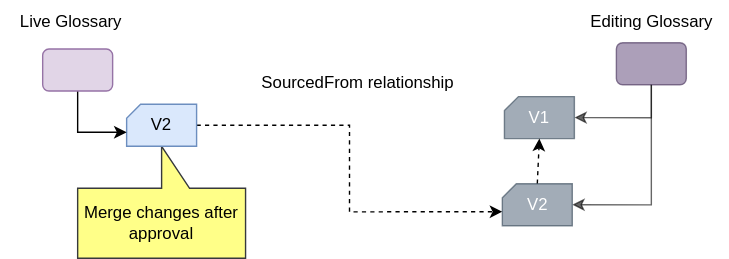
This is site/docs/services/omvs/glossary-workflow/rolling-editing-glossary-5.svg from odpi/egeria-docs, a draw.io export, as it was before one commit. Source tidied: cells renumbered, new cells last; positions are measured from the earlier drawing's top-left corner, leaving out a move shared by most shapes. Source of this version:
```xml
<mxGraphModel>
  <root>
    <mxCell id="0" />
    <mxCell id="1" parent="0" />
    <mxCell id="2" value="Merge changes after approval" style="shape=callout;whiteSpace=wrap;html=1;perimeter=calloutPerimeter;fillColor=#ffff88;strokeColor=#36393d;flipV=1;" parent="1" vertex="1">
      <mxGeometry x="55" y="104" width="120" height="80" as="geometry" />
    </mxCell>
    <mxCell id="3" style="edgeStyle=orthogonalEdgeStyle;rounded=0;jettySize=auto;html=1;exitX=0.5;exitY=1;exitDx=0;exitDy=0;entryX=1;entryY=0.5;entryDx=0;entryDy=0;entryPerimeter=0;opacity=60;" parent="1" edge="1" source="4" target="6">
      <mxGeometry relative="1" as="geometry" />
    </mxCell>
    <mxCell id="4" style="rounded=1;whiteSpace=wrap;html=1;fillColor=#76608a;fontColor=#ffffff;strokeColor=#432D57;opacity=60;" parent="1" vertex="1">
      <mxGeometry x="440" y="30" width="50" height="30" as="geometry" />
    </mxCell>
    <mxCell id="5" style="edgeStyle=orthogonalEdgeStyle;rounded=0;jettySize=auto;html=1;dashed=1;entryX=0;entryY=0;entryDx=0;entryDy=20;entryPerimeter=0;exitX=1;exitY=0.5;exitDx=0;exitDy=0;exitPerimeter=0;" parent="1" edge="1" source="7" target="15">
      <mxGeometry relative="1" as="geometry" />
    </mxCell>
    <mxCell id="6" value="V1" style="shape=card;whiteSpace=wrap;html=1;size=10;fillColor=#647687;strokeColor=#314354;fontColor=#ffffff;opacity=60;" parent="1" vertex="1">
      <mxGeometry x="360" y="68.5" width="50" height="30" as="geometry" />
    </mxCell>
    <mxCell id="7" value="V2" style="shape=card;whiteSpace=wrap;html=1;size=10;fillColor=#dae8fc;strokeColor=#6c8ebf;" parent="1" vertex="1">
      <mxGeometry x="90" y="74" width="50" height="30" as="geometry" />
    </mxCell>
    <mxCell id="8" style="edgeStyle=orthogonalEdgeStyle;rounded=0;jettySize=auto;html=1;exitX=0.5;exitY=1;exitDx=0;exitDy=0;entryX=0;entryY=0;entryDx=0;entryDy=20;entryPerimeter=0;" parent="1" edge="1" source="9" target="7">
      <mxGeometry relative="1" as="geometry" />
    </mxCell>
    <mxCell id="9" style="rounded=1;whiteSpace=wrap;html=1;fillColor=#e1d5e7;strokeColor=#9673a6;" parent="1" vertex="1">
      <mxGeometry x="30" y="34.5" width="50" height="30" as="geometry" />
    </mxCell>
    <mxCell id="10" value="Live Glossary" style="text;html=1;align=center;verticalAlign=middle;points=[];strokeColor=none;fillColor=none;" parent="1" vertex="1">
      <mxGeometry width="100" height="30" as="geometry" />
    </mxCell>
    <mxCell id="11" value="Editing Glossary" style="text;html=1;align=center;verticalAlign=middle;strokeColor=none;fillColor=none;" parent="1" vertex="1">
      <mxGeometry x="410" width="110" height="30" as="geometry" />
    </mxCell>
    <mxCell id="12" value="SourcedFrom relationship" style="text;html=1;align=center;verticalAlign=middle;strokeColor=none;fillColor=none;" parent="1" vertex="1">
      <mxGeometry x="175" y="43.5" width="160" height="30" as="geometry" />
    </mxCell>
    <mxCell id="13" style="edgeStyle=orthogonalEdgeStyle;rounded=0;jettySize=auto;html=1;exitX=0.5;exitY=1;exitDx=0;exitDy=0;entryX=1;entryY=0.5;entryDx=0;entryDy=0;entryPerimeter=0;opacity=60;" parent="1" edge="1" source="4" target="15">
      <mxGeometry relative="1" as="geometry" />
    </mxCell>
    <mxCell id="14" style="rounded=0;jettySize=auto;html=1;exitX=0.5;exitY=0;exitDx=0;exitDy=0;exitPerimeter=0;dashed=1;entryX=0.5;entryY=1;entryDx=0;entryDy=0;entryPerimeter=0;" parent="1" edge="1" source="15" target="6">
      <mxGeometry relative="1" as="geometry" />
    </mxCell>
    <mxCell id="15" value="V2" style="shape=card;whiteSpace=wrap;html=1;size=10;fillColor=#647687;strokeColor=#314354;fontColor=#ffffff;opacity=60;" parent="1" vertex="1">
      <mxGeometry x="358.5" y="130.8" width="50" height="30" as="geometry" />
    </mxCell>
  </root>
</mxGraphModel>
```
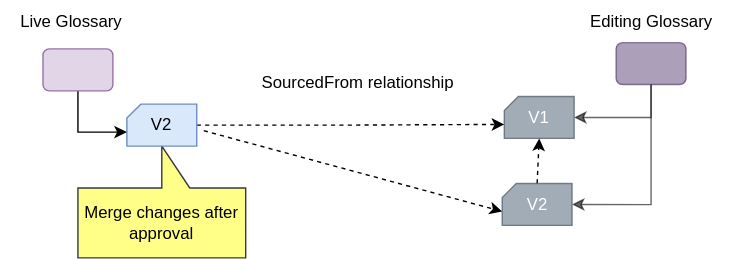
Above is the later version.

What changed in the source:
```diff
@@ -11,38 +11,43 @@
     <mxCell id="4" style="rounded=1;whiteSpace=wrap;html=1;fillColor=#76608a;fontColor=#ffffff;strokeColor=#432D57;opacity=60;" parent="1" vertex="1">
       <mxGeometry x="440" y="30" width="50" height="30" as="geometry" />
     </mxCell>
-    <mxCell id="5" style="edgeStyle=orthogonalEdgeStyle;rounded=0;jettySize=auto;html=1;dashed=1;entryX=0;entryY=0;entryDx=0;entryDy=20;entryPerimeter=0;exitX=1;exitY=0.5;exitDx=0;exitDy=0;exitPerimeter=0;" parent="1" edge="1" source="7" target="15">
-      <mxGeometry relative="1" as="geometry" />
+    <mxCell id="5" style="rounded=0;jettySize=auto;html=1;dashed=1;entryX=0;entryY=0;entryDx=0;entryDy=20;entryPerimeter=0;" parent="1" edge="1" target="16">
+      <mxGeometry relative="1" as="geometry">
+        <mxPoint x="145" y="93" as="sourcePoint" />
+      </mxGeometry>
     </mxCell>
     <mxCell id="6" value="V1" style="shape=card;whiteSpace=wrap;html=1;size=10;fillColor=#647687;strokeColor=#314354;fontColor=#ffffff;opacity=60;" parent="1" vertex="1">
       <mxGeometry x="360" y="68.5" width="50" height="30" as="geometry" />
     </mxCell>
-    <mxCell id="7" value="V2" style="shape=card;whiteSpace=wrap;html=1;size=10;fillColor=#dae8fc;strokeColor=#6c8ebf;" parent="1" vertex="1">
-      <mxGeometry x="90" y="74" width="50" height="30" as="geometry" />
+    <mxCell id="7" style="edgeStyle=orthogonalEdgeStyle;rounded=0;jettySize=auto;html=1;exitX=1;exitY=0.5;exitDx=0;exitDy=0;exitPerimeter=0;entryX=0;entryY=0;entryDx=0;entryDy=20;entryPerimeter=0;dashed=1;" parent="1" edge="1" source="8" target="6">
+      <mxGeometry relative="1" as="geometry" />
     </mxCell>
-    <mxCell id="8" style="edgeStyle=orthogonalEdgeStyle;rounded=0;jettySize=auto;html=1;exitX=0.5;exitY=1;exitDx=0;exitDy=0;entryX=0;entryY=0;entryDx=0;entryDy=20;entryPerimeter=0;" parent="1" edge="1" source="9" target="7">
-      <mxGeometry relative="1" as="geometry" />
+    <mxCell id="8" value="V2" style="shape=card;whiteSpace=wrap;html=1;size=10;fillColor=#dae8fc;strokeColor=#6c8ebf;" parent="1" vertex="1">
+      <mxGeometry x="90" y="74" width="50" height="30" as="geometry" />
     </mxCell>
-    <mxCell id="9" style="rounded=1;whiteSpace=wrap;html=1;fillColor=#e1d5e7;strokeColor=#9673a6;" parent="1" vertex="1">
-      <mxGeometry x="30" y="34.5" width="50" height="30" as="geometry" />
+    <mxCell id="9" style="edgeStyle=orthogonalEdgeStyle;rounded=0;jettySize=auto;html=1;exitX=0.5;exitY=1;exitDx=0;exitDy=0;entryX=0;entryY=0;entryDx=0;entryDy=20;entryPerimeter=0;" parent="1" edge="1" source="10" target="8">
+      <mxGeometry relative="1" as="geometry" />
     </mxCell>
-    <mxCell id="10" value="Live Glossary" style="text;html=1;align=center;verticalAlign=middle;points=[];strokeColor=none;fillColor=none;" parent="1" vertex="1">
-      <mxGeometry width="100" height="30" as="geometry" />
+    <mxCell id="10" style="rounded=1;whiteSpace=wrap;html=1;fillColor=#e1d5e7;strokeColor=#9673a6;" parent="1" vertex="1">
+      <mxGeometry x="30" y="34.5" width="50" height="30" as="geometry" />
     </mxCell>
-    <mxCell id="11" value="Editing Glossary" style="text;html=1;align=center;verticalAlign=middle;strokeColor=none;fillColor=none;" parent="1" vertex="1">
-      <mxGeometry x="410" width="110" height="30" as="geometry" />
+    <mxCell id="11" value="Live Glossary" style="text;html=1;align=center;verticalAlign=middle;strokeColor=none;fillColor=none;" parent="1" vertex="1">
+      <mxGeometry width="100" height="30" as="geometry" />
     </mxCell>
-    <mxCell id="12" value="SourcedFrom relationship" style="text;html=1;align=center;verticalAlign=middle;strokeColor=none;fillColor=none;" parent="1" vertex="1">
-      <mxGeometry x="175" y="43.5" width="160" height="30" as="geometry" />
+    <mxCell id="12" value="Editing Glossary" style="text;html=1;align=center;verticalAlign=middle;strokeColor=none;fillColor=none;" parent="1" vertex="1">
+      <mxGeometry x="410" width="110" height="30" as="geometry" />
     </mxCell>
-    <mxCell id="13" style="edgeStyle=orthogonalEdgeStyle;rounded=0;jettySize=auto;html=1;exitX=0.5;exitY=1;exitDx=0;exitDy=0;entryX=1;entryY=0.5;entryDx=0;entryDy=0;entryPerimeter=0;opacity=60;" parent="1" edge="1" source="4" target="15">
-      <mxGeometry relative="1" as="geometry" />
+    <mxCell id="13" value="SourcedFrom relationship" style="text;html=1;align=center;verticalAlign=middle;strokeColor=none;fillColor=none;" parent="1" vertex="1">
+      <mxGeometry x="175" y="43.5" width="160" height="30" as="geometry" />
     </mxCell>
-    <mxCell id="14" style="rounded=0;jettySize=auto;html=1;exitX=0.5;exitY=0;exitDx=0;exitDy=0;exitPerimeter=0;dashed=1;entryX=0.5;entryY=1;entryDx=0;entryDy=0;entryPerimeter=0;" parent="1" edge="1" source="15" target="6">
+    <mxCell id="14" style="edgeStyle=orthogonalEdgeStyle;rounded=0;jettySize=auto;html=1;exitX=0.5;exitY=1;exitDx=0;exitDy=0;entryX=1;entryY=0.5;entryDx=0;entryDy=0;entryPerimeter=0;opacity=60;" parent="1" edge="1" source="4" target="16">
       <mxGeometry relative="1" as="geometry" />
     </mxCell>
-    <mxCell id="15" value="V2" style="shape=card;whiteSpace=wrap;html=1;size=10;fillColor=#647687;strokeColor=#314354;fontColor=#ffffff;opacity=60;" parent="1" vertex="1">
-      <mxGeometry x="358.5" y="130.8" width="50" height="30" as="geometry" />
+    <mxCell id="15" style="rounded=0;jettySize=auto;html=1;exitX=0.5;exitY=0;exitDx=0;exitDy=0;exitPerimeter=0;dashed=1;entryX=0.5;entryY=1;entryDx=0;entryDy=0;entryPerimeter=0;" parent="1" edge="1" source="16" target="6">
+      <mxGeometry relative="1" as="geometry" />
     </mxCell>
+    <mxCell id="16" value="V2" style="shape=card;whiteSpace=wrap;html=1;size=10;fillColor=#647687;strokeColor=#314354;fontColor=#ffffff;opacity=60;" parent="1" vertex="1">
+      <mxGeometry x="358.5" y="130.8" width="50" height="30" as="geometry" />
+    </mxCell>
   </root>
 </mxGraphModel>
```
